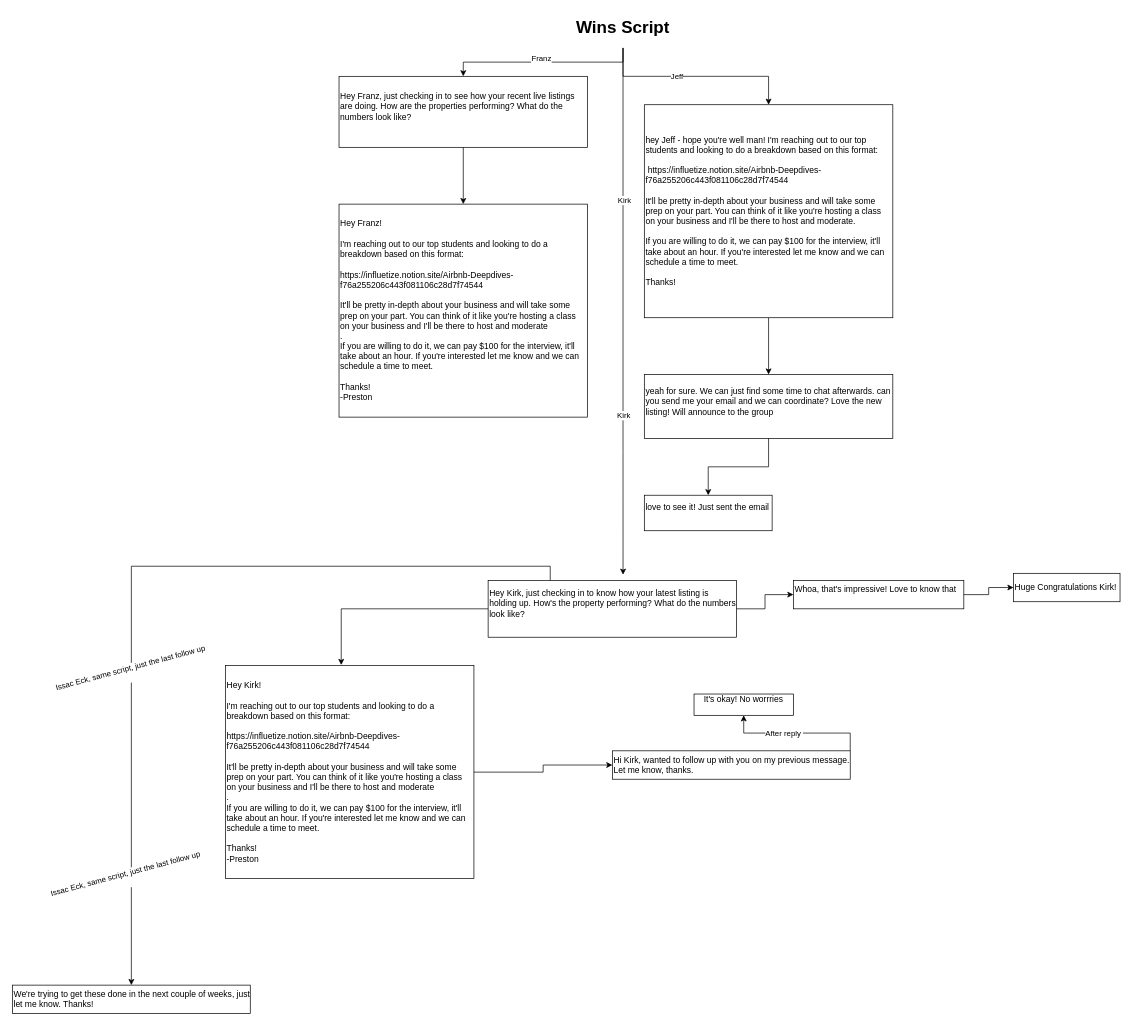
Earlier version of the draw.io diagram wins_script.drawio (resourcereps/diagrams.net). Source tidied: cells renumbered, new cells numbered last; positions are measured from the earlier drawing's top-left corner, leaving out a move shared by most shapes. Both pictures are drawn from the tidied source at 71%, with x=0, y=0 at pixel (12, 12).
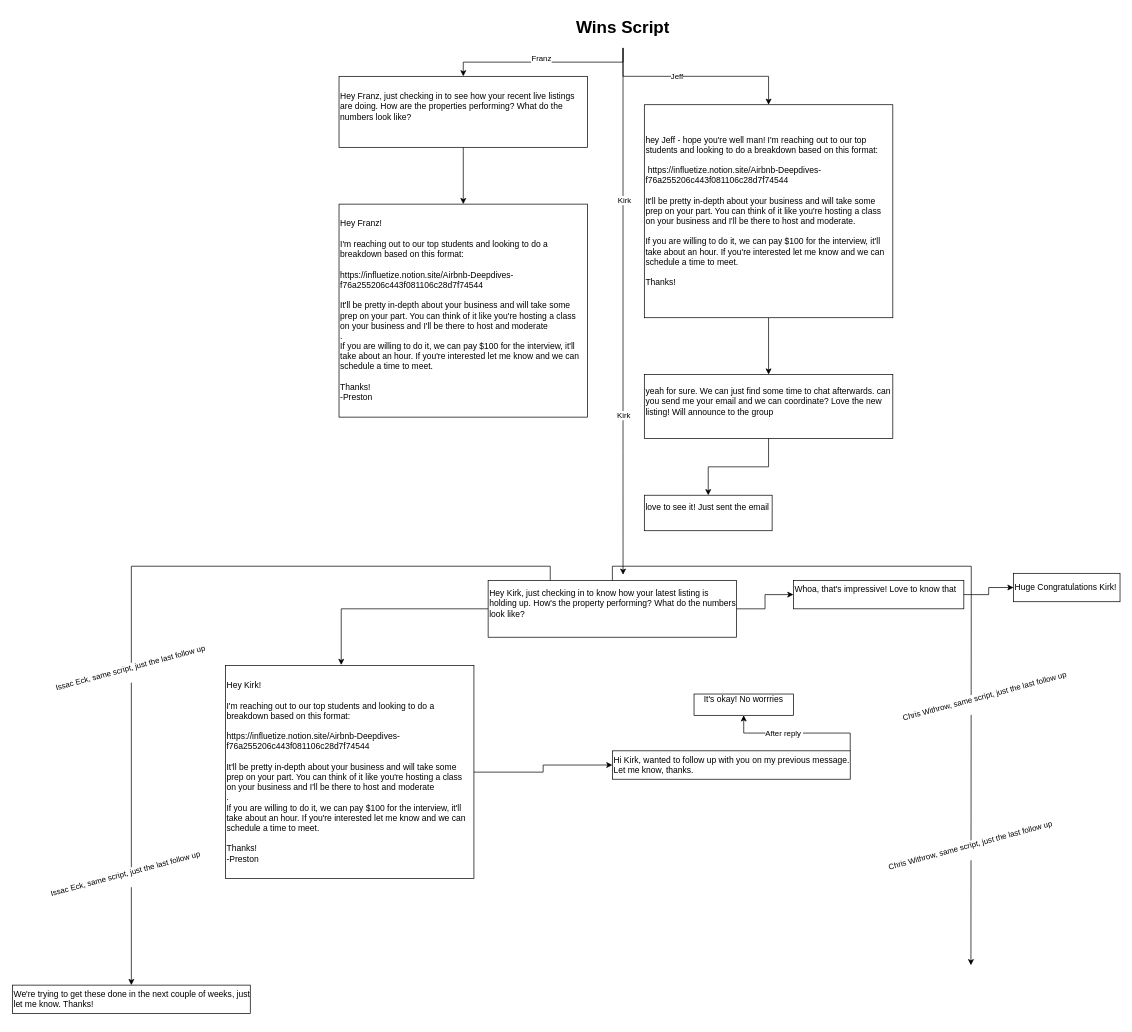
Above is the later version.

Unchanged cells that the change refers to:
```xml
<mxCell id="17" value="&lt;div&gt;&lt;div&gt;Hey Kirk, just checking in to know how your latest listing is holding up. How's the property performing? What do the numbers look like?&lt;/div&gt;&lt;/div&gt;&lt;div&gt;&lt;br&gt;&lt;/div&gt;" style="text;html=1;align=left;verticalAlign=middle;whiteSpace=wrap;rounded=0;strokeColor=default;" parent="1" vertex="1">
  <mxGeometry x="670" y="800" width="350" height="80" as="geometry" />
</mxCell>
<mxCell id="30" style="edgeStyle=orthogonalEdgeStyle;rounded=0;jettySize=auto;html=1;exitX=0.25;exitY=0;exitDx=0;exitDy=0;" parent="1" edge="1" source="17" target="33">
  <mxGeometry relative="1" as="geometry" />
</mxCell>
```

Change to the diagram source:
```diff
@@
+    <mxCell id="34" style="edgeStyle=orthogonalEdgeStyle;rounded=0;jettySize=auto;html=1;exitX=0.5;exitY=0;exitDx=0;exitDy=0;" parent="1" edge="1" source="17">
+      <mxGeometry relative="1" as="geometry">
+        <mxPoint x="1350" y="1342" as="targetPoint" />
+      </mxGeometry>
+    </mxCell>
@@
+    <mxCell id="35" value="Chris Withrow, same script, just the last follow up&lt;div&gt;&lt;br&gt;&lt;/div&gt;" style="edgeLabel;html=1;align=center;verticalAlign=middle;rotation=-15;" parent="30" vertex="1">
+      <mxGeometry x="0.61" y="-1" relative="1" as="geometry">
+        <mxPoint x="1204" y="-166" as="offset" />
+      </mxGeometry>
+    </mxCell>
+    <mxCell id="36" value="Chris Withrow, same script, just the last follow up&lt;div&gt;&lt;br&gt;&lt;/div&gt;" style="edgeLabel;html=1;align=center;verticalAlign=middle;rotation=-15;" parent="30" vertex="1">
+      <mxGeometry x="0.61" y="-1" relative="1" as="geometry">
+        <mxPoint x="1184" y="44" as="offset" />
+      </mxGeometry>
+    </mxCell>
```
